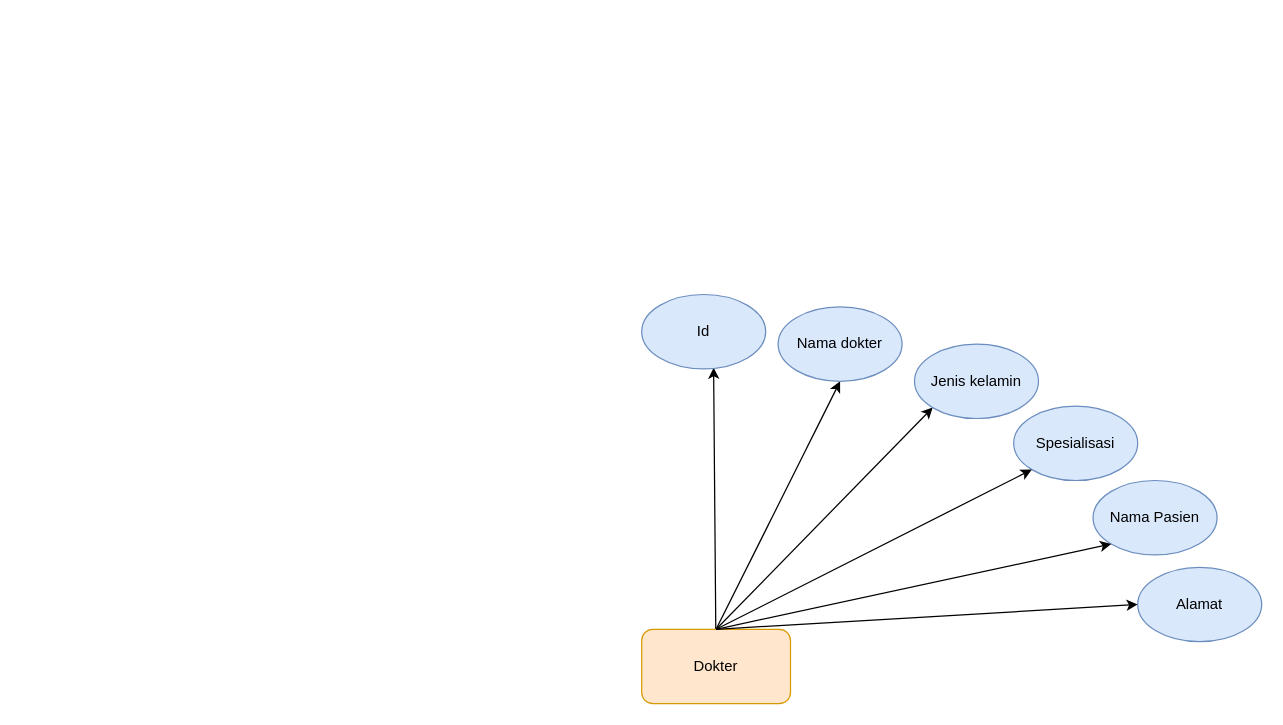
This is pertemuan2/pertemuan2 .drawio from Nurrohman10/IF214002, a draw.io file, before an edit. Source tidied: cells renumbered, new cells numbered last; positions are measured from the earlier drawing's top-left corner, leaving out a move shared by most shapes. Both pictures are drawn from the tidied source at 124%, with x=0, y=0 at pixel (641, 294).
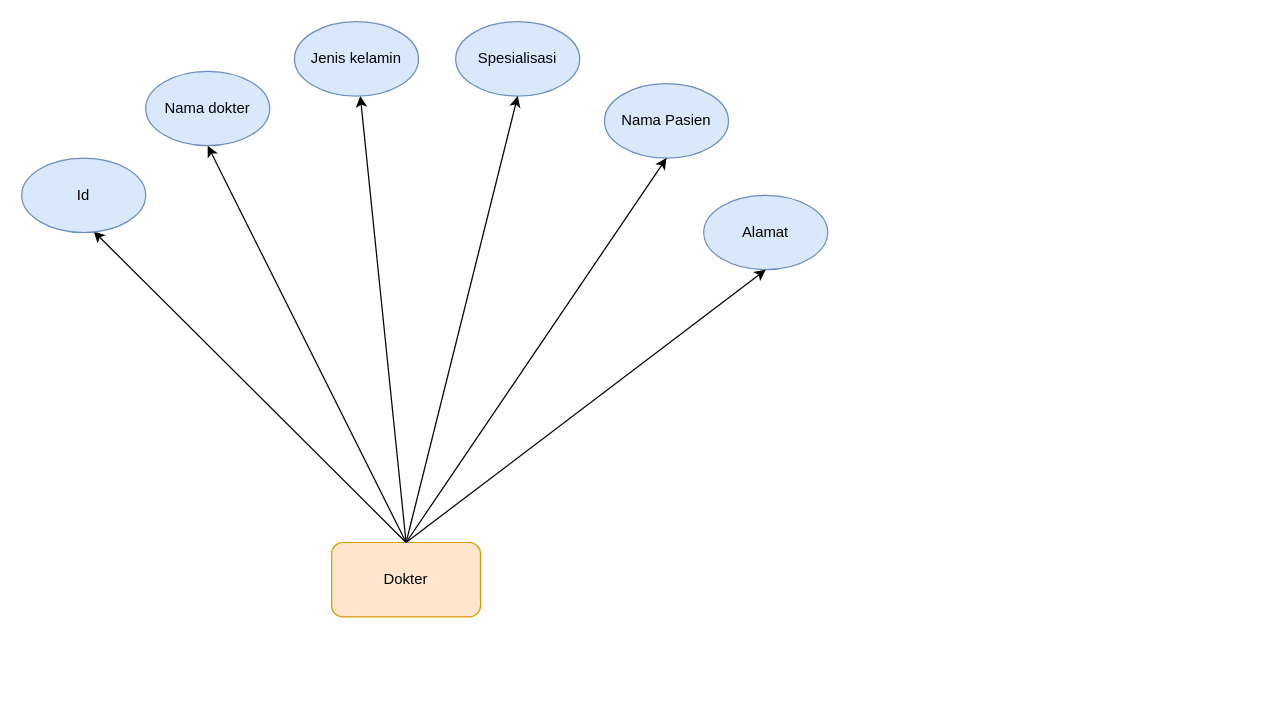
After the change.

Change to the diagram source:
```diff
@@
 <mxGraphModel>
   <root>
     <mxCell id="0" />
     <mxCell id="1" parent="0" />
-    <mxCell id="2" style="edgeStyle=none;rounded=0;jettySize=auto;html=1;entryX=0.58;entryY=0.983;entryDx=0;entryDy=0;entryPerimeter=0;" parent="1" edge="1" source="5" target="6">
-      <mxGeometry relative="1" as="geometry" />
+    <mxCell id="2" style="edgeStyle=none;rounded=0;jettySize=auto;html=1;entryX=0.58;entryY=0.983;entryDx=0;entryDy=0;entryPerimeter=0;" parent="1" edge="1" target="6">
+      <mxGeometry relative="1" as="geometry">
+        <mxPoint x="-190" y="200" as="sourcePoint" />
+      </mxGeometry>
     </mxCell>
-    <mxCell id="3" style="edgeStyle=none;rounded=0;jettySize=auto;html=1;exitX=0.5;exitY=0;exitDx=0;exitDy=0;entryX=0;entryY=1;entryDx=0;entryDy=0;" parent="1" edge="1" source="5" target="8">
+    <mxCell id="3" style="edgeStyle=none;rounded=0;jettySize=auto;html=1;exitX=0.5;exitY=0;exitDx=0;exitDy=0;" parent="1" edge="1" source="5" target="8">
       <mxGeometry relative="1" as="geometry" />
     </mxCell>
     <mxCell id="4" style="edgeStyle=none;rounded=0;jettySize=auto;html=1;entryX=0.5;entryY=1;entryDx=0;entryDy=0;exitX=0.5;exitY=0;exitDx=0;exitDy=0;" parent="1" edge="1" source="5" target="7">
       <mxGeometry relative="1" as="geometry" />
     </mxCell>
     <mxCell id="5" value="Dokter" style="rounded=1;whiteSpace=wrap;html=1;fillColor=#ffe6cc;strokeColor=#d79b00;" parent="1" vertex="1">
-      <mxGeometry y="270" width="120" height="60" as="geometry" />
+      <mxGeometry x="-250" y="200" width="120" height="60" as="geometry" />
     </mxCell>
     <mxCell id="6" value="Id" style="ellipse;whiteSpace=wrap;html=1;strokeColor=#6c8ebf;fillColor=#dae8fc;" parent="1" vertex="1">
-      <mxGeometry width="100" height="60" as="geometry" />
+      <mxGeometry x="-500" y="-110" width="100" height="60" as="geometry" />
     </mxCell>
     <mxCell id="7" value="Nama dokter" style="ellipse;whiteSpace=wrap;html=1;strokeColor=#6c8ebf;fillColor=#dae8fc;" parent="1" vertex="1">
-      <mxGeometry x="110" y="10" width="100" height="60" as="geometry" />
+      <mxGeometry x="-400" y="-180" width="100" height="60" as="geometry" />
     </mxCell>
     <mxCell id="8" value="Jenis kelamin" style="ellipse;whiteSpace=wrap;html=1;strokeColor=#6c8ebf;fillColor=#dae8fc;" parent="1" vertex="1">
-      <mxGeometry x="220" y="40" width="100" height="60" as="geometry" />
+      <mxGeometry x="-280" y="-220" width="100" height="60" as="geometry" />
     </mxCell>
     <mxCell id="9" value="Spesialisasi" style="ellipse;whiteSpace=wrap;html=1;strokeColor=#6c8ebf;fillColor=#dae8fc;" parent="1" vertex="1">
-      <mxGeometry x="300" y="90" width="100" height="60" as="geometry" />
+      <mxGeometry x="-150" y="-220" width="100" height="60" as="geometry" />
     </mxCell>
     <mxCell id="10" value="Nama Pasien" style="ellipse;whiteSpace=wrap;html=1;strokeColor=#6c8ebf;fillColor=#dae8fc;" parent="1" vertex="1">
-      <mxGeometry x="364" y="150" width="100" height="60" as="geometry" />
+      <mxGeometry x="-30" y="-170" width="100" height="60" as="geometry" />
     </mxCell>
     <mxCell id="11" value="Alamat" style="ellipse;whiteSpace=wrap;html=1;strokeColor=#6c8ebf;fillColor=#dae8fc;" parent="1" vertex="1">
-      <mxGeometry x="400" y="220" width="100" height="60" as="geometry" />
+      <mxGeometry x="50" y="-80" width="100" height="60" as="geometry" />
     </mxCell>
-    <mxCell id="12" style="edgeStyle=none;rounded=0;jettySize=auto;html=1;exitX=0.5;exitY=0;exitDx=0;exitDy=0;entryX=0;entryY=1;entryDx=0;entryDy=0;exitPerimeter=0;" parent="1" edge="1" source="5" target="9">
+    <mxCell id="12" style="edgeStyle=none;rounded=0;jettySize=auto;html=1;exitX=0.5;exitY=0;exitDx=0;exitDy=0;entryX=0.5;entryY=1;entryDx=0;entryDy=0;exitPerimeter=0;" parent="1" edge="1" source="5" target="9">
       <mxGeometry relative="1" as="geometry" />
     </mxCell>
-    <mxCell id="13" style="edgeStyle=none;rounded=0;jettySize=auto;html=1;entryX=0;entryY=1;entryDx=0;entryDy=0;exitX=0.5;exitY=0;exitDx=0;exitDy=0;" parent="1" edge="1" source="5" target="10">
+    <mxCell id="13" style="edgeStyle=none;rounded=0;jettySize=auto;html=1;entryX=0.5;entryY=1;entryDx=0;entryDy=0;exitX=0.5;exitY=0;exitDx=0;exitDy=0;" parent="1" edge="1" source="5" target="10">
       <mxGeometry relative="1" as="geometry" />
     </mxCell>
-    <mxCell id="14" style="edgeStyle=none;rounded=0;jettySize=auto;html=1;entryX=0;entryY=0.5;entryDx=0;entryDy=0;exitX=0.5;exitY=0;exitDx=0;exitDy=0;" parent="1" edge="1" source="5" target="11">
+    <mxCell id="14" style="edgeStyle=none;rounded=0;jettySize=auto;html=1;entryX=0.5;entryY=1;entryDx=0;entryDy=0;exitX=0.5;exitY=0;exitDx=0;exitDy=0;" parent="1" edge="1" source="5" target="11">
       <mxGeometry relative="1" as="geometry" />
     </mxCell>
   </root>
 </mxGraphModel>
```
